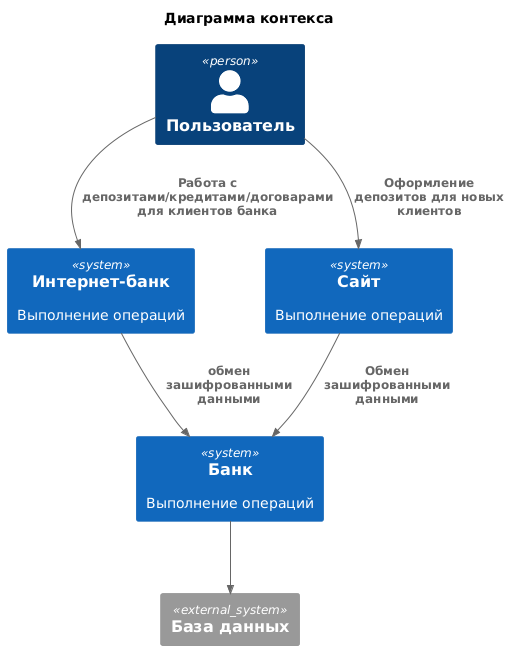
The PlantUML diagram Task3/Диаграмма контекста.png in KatodForAnod/architecture-standart, before a commit.
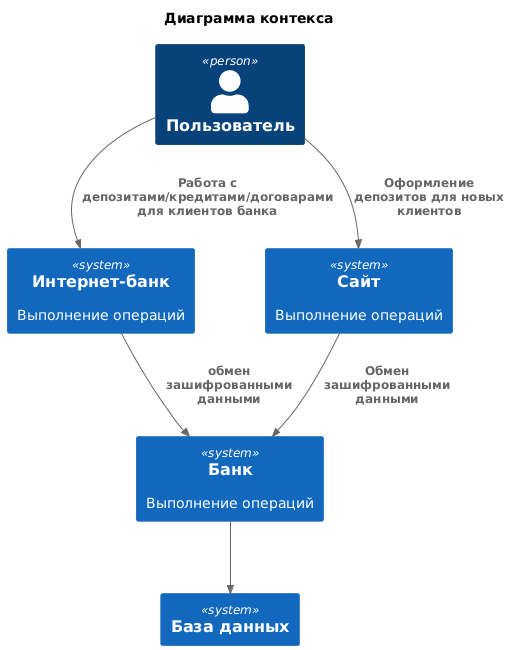
After the change.

Diff of the diagram source:
```diff
@@ -9,7 +9,7 @@
 System(Сайт, "Сайт", "Выполнение операций")
 
 
-System_Ext(База_данных, "База данных")
+System(База_данных, "База данных")
 
 Rel(Пользователь, Интернет_банк, "Работа с депозитами/кредитами/договарами для клиентов банка")
 Rel(Пользователь, Сайт, "Оформление депозитов для новых клиентов")
```
